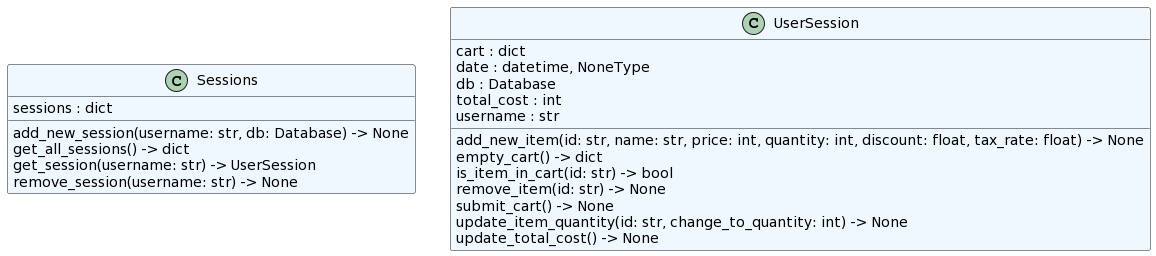
Above: core/classes.png in Jackson-Franke74/ITSC-3155-Final-Project (PlantUML), before the change. Source of this version:
```plantuml
@startuml
set namespaceSeparator none
class "Sessions" as core.session.Sessions #aliceblue {
  sessions : dict
  add_new_session(username: str, db: Database) -> None
  get_all_sessions() -> dict
  get_session(username: str) -> UserSession
  remove_session(username: str) -> None
}
class "UserSession" as core.session.UserSession #aliceblue {
  cart : dict
  date : datetime, NoneType
  db : Database
  total_cost : int
  username : str
  add_new_item(id: str, name: str, price: int, quantity: int, discount: float, tax_rate: float) -> None
  empty_cart() -> dict
  is_item_in_cart(id: str) -> bool
  remove_item(id: str) -> None
  submit_cart() -> None
  update_item_quantity(id: str, change_to_quantity: int) -> None
  update_total_cost() -> None
}
@enduml
```
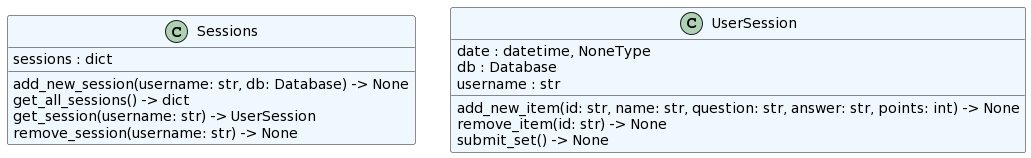
The same diagram one commit later.

Commit message:
Updates to core packages and added diagrams/cases

The edit, as a diff of the source:
```diff
@@ -8,17 +8,11 @@
   remove_session(username: str) -> None
 }
 class "UserSession" as core.session.UserSession #aliceblue {
-  cart : dict
   date : datetime, NoneType
   db : Database
-  total_cost : int
   username : str
-  add_new_item(id: str, name: str, price: int, quantity: int, discount: float, tax_rate: float) -> None
-  empty_cart() -> dict
-  is_item_in_cart(id: str) -> bool
+  add_new_item(id: str, name: str, question: str, answer: str, points: int) -> None
   remove_item(id: str) -> None
-  submit_cart() -> None
-  update_item_quantity(id: str, change_to_quantity: int) -> None
-  update_total_cost() -> None
+  submit_set() -> None
 }
 @enduml
```
